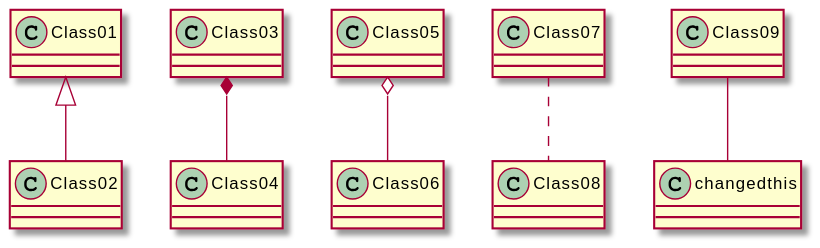
This is meilenstein_03/test.svg from weichware10/meilensteine, a PlantUML export, as it was before one commit.
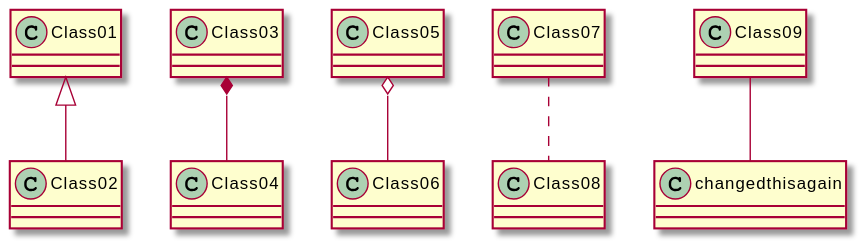
The same diagram one commit later.

Commit message:
Render PlantUML SVGs

Diff of the diagram source:
```diff
@@ -3,5 +3,5 @@
 Class03 *-- Class04
 Class05 o-- Class06
 Class07 .. Class08
-Class09 -- changedthis
+Class09 -- changedthisagain
 @enduml
```
